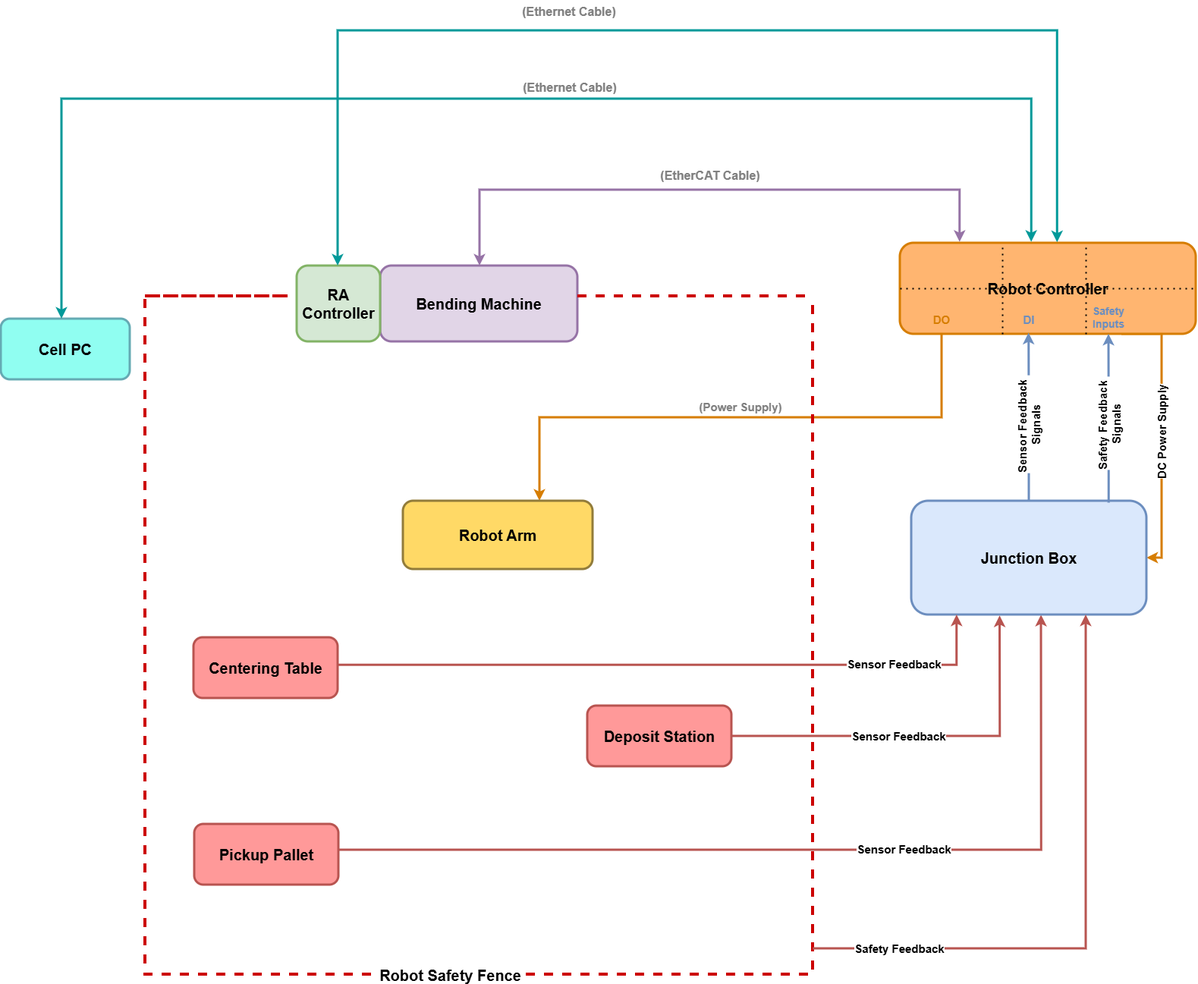
Above: fluxrobot2html/systemoverview/img/robotarchitecture.png in TMMDoc/Proofread (draw.io), before the change. Source tidied: cells renumbered, new cells last; positions are measured from the earlier drawing's top-left corner, leaving out a move shared by most shapes.
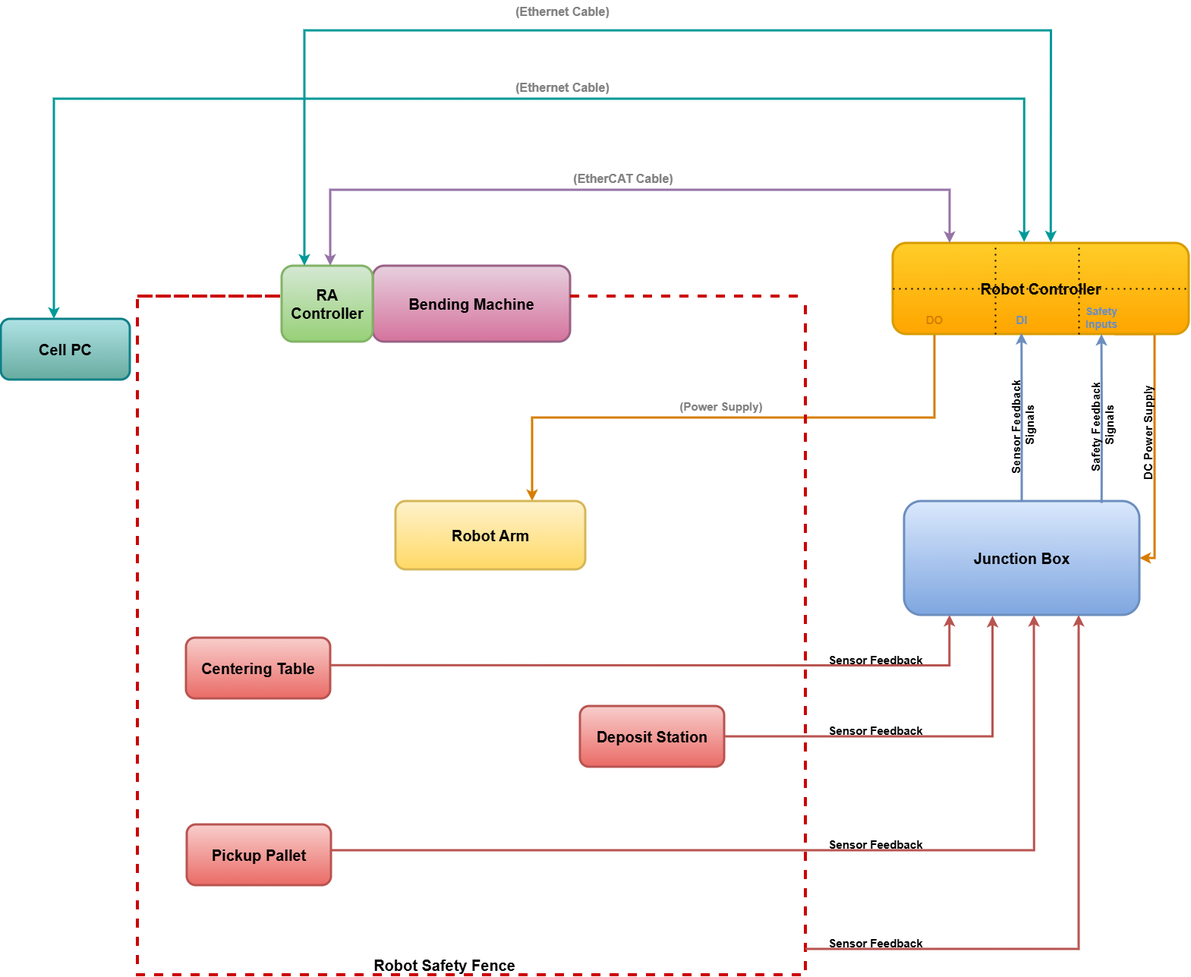
Above is the later version.

The edit, as a diff of the source:
```diff
@@ -12,7 +12,7 @@
         </Array>
       </mxGeometry>
     </mxCell>
-    <mxCell id="3" value="&lt;font style=&quot;font-size: 20px;&quot;&gt;&lt;b style=&quot;&quot;&gt;Robot Arm&lt;/b&gt;&lt;/font&gt;" style="rounded=1;whiteSpace=wrap;html=1;fillColor=light-dark(#FFD966,#9D4545);strokeColor=light-dark(#927C3A,#996500);gradientColor=none;strokeWidth=3;" parent="1" vertex="1">
+    <mxCell id="3" value="&lt;font style=&quot;font-size: 20px;&quot;&gt;&lt;b style=&quot;&quot;&gt;Robot Arm&lt;/b&gt;&lt;/font&gt;" style="rounded=1;whiteSpace=wrap;html=1;fillColor=#fff2cc;strokeColor=#d6b656;gradientColor=#ffd966;strokeWidth=3;" parent="1" vertex="1">
       <mxGeometry x="530" y="660" width="250" height="90" as="geometry" />
     </mxCell>
     <mxCell id="4" style="edgeStyle=orthogonalEdgeStyle;rounded=0;jettySize=auto;html=1;exitX=0.75;exitY=1;exitDx=0;exitDy=0;entryX=1;entryY=0.5;entryDx=0;entryDy=0;strokeColor=#D67D00;strokeWidth=3;" parent="1" edge="1" source="6" target="14">
@@ -23,15 +23,15 @@
         </Array>
       </mxGeometry>
     </mxCell>
-    <mxCell id="5" value="&lt;font style=&quot;font-size: 15px;&quot;&gt;&lt;b style=&quot;&quot;&gt;DC Power Supply&lt;/b&gt;&lt;/font&gt;" style="edgeLabel;html=1;align=center;verticalAlign=middle;rotation=-90;" parent="4" vertex="1">
+    <mxCell id="5" value="&lt;font style=&quot;font-size: 15px;&quot;&gt;&lt;b style=&quot;&quot;&gt;DC Power Supply&lt;/b&gt;&lt;/font&gt;" style="edgeLabel;html=1;align=center;verticalAlign=middle;rotation=-90;labelBackgroundColor=none;" parent="4" vertex="1">
       <mxGeometry x="0.06" y="-1" relative="1" as="geometry">
-        <mxPoint y="-11" as="offset" />
+        <mxPoint x="-10" y="-11" as="offset" />
       </mxGeometry>
     </mxCell>
-    <mxCell id="6" value="&lt;font style=&quot;font-size: 20px;&quot;&gt;&lt;b style=&quot;&quot;&gt;Robot Controller&lt;/b&gt;&lt;/font&gt;" style="rounded=1;whiteSpace=wrap;html=1;fillColor=#FFB570;strokeColor=light-dark(#d67d00, #996500);gradientColor=none;strokeWidth=3;" parent="1" vertex="1">
+    <mxCell id="6" value="&lt;font style=&quot;font-size: 20px;&quot;&gt;&lt;b style=&quot;&quot;&gt;Robot Controller&lt;/b&gt;&lt;/font&gt;" style="rounded=1;whiteSpace=wrap;html=1;fillColor=#ffcd28;strokeColor=#d79b00;strokeWidth=3;gradientColor=#ffa500;" parent="1" vertex="1">
       <mxGeometry x="1185" y="320" width="390" height="120" as="geometry" />
     </mxCell>
-    <mxCell id="7" value="&lt;font style=&quot;font-size: 20px;&quot;&gt;&lt;b style=&quot;&quot;&gt;Centering Table&lt;/b&gt;&lt;/font&gt;" style="rounded=1;whiteSpace=wrap;html=1;fillColor=#FF9999;strokeColor=#b85450;strokeWidth=3;" parent="1" vertex="1">
+    <mxCell id="7" value="&lt;font style=&quot;font-size: 20px;&quot;&gt;&lt;b style=&quot;&quot;&gt;Centering Table&lt;/b&gt;&lt;/font&gt;" style="rounded=1;whiteSpace=wrap;html=1;fillColor=#f8cecc;strokeColor=#b85450;strokeWidth=3;gradientColor=#ea6b66;" parent="1" vertex="1">
       <mxGeometry x="254" y="840" width="190" height="80" as="geometry" />
     </mxCell>
     <mxCell id="8" style="edgeStyle=orthogonalEdgeStyle;rounded=0;jettySize=auto;html=1;exitX=1;exitY=0.5;exitDx=0;exitDy=0;entryX=0.552;entryY=1.002;entryDx=0;entryDy=0;entryPerimeter=0;strokeWidth=3;strokeColor=#B85450;" parent="1" edge="1" target="14">
@@ -39,22 +39,22 @@
         <mxPoint x="440" y="1120" as="sourcePoint" />
       </mxGeometry>
     </mxCell>
-    <mxCell id="9" value="&lt;b&gt;&lt;font style=&quot;font-size: 20px;&quot;&gt;Pickup Pallet&lt;/font&gt;&lt;/b&gt;" style="rounded=1;whiteSpace=wrap;html=1;fillColor=#FF9999;strokeColor=#b85450;strokeWidth=3;" parent="1" vertex="1">
+    <mxCell id="9" value="&lt;b&gt;&lt;font style=&quot;font-size: 20px;&quot;&gt;Pickup Pallet&lt;/font&gt;&lt;/b&gt;" style="rounded=1;whiteSpace=wrap;html=1;fillColor=#f8cecc;strokeColor=#b85450;strokeWidth=3;gradientColor=#ea6b66;" parent="1" vertex="1">
       <mxGeometry x="255" y="1086" width="190" height="80" as="geometry" />
     </mxCell>
-    <mxCell id="10" value="&lt;font style=&quot;font-size: 20px;&quot;&gt;&lt;b style=&quot;&quot;&gt;Deposit Station&lt;/b&gt;&lt;/font&gt;" style="rounded=1;whiteSpace=wrap;html=1;fillColor=#FF9999;strokeColor=#b85450;strokeWidth=3;" parent="1" vertex="1">
+    <mxCell id="10" value="&lt;font style=&quot;font-size: 20px;&quot;&gt;&lt;b style=&quot;&quot;&gt;Deposit Station&lt;/b&gt;&lt;/font&gt;" style="rounded=1;whiteSpace=wrap;html=1;fillColor=#f8cecc;strokeColor=#b85450;strokeWidth=3;gradientColor=#ea6b66;" parent="1" vertex="1">
       <mxGeometry x="773" y="930" width="190" height="80" as="geometry" />
     </mxCell>
-    <mxCell id="11" value="&lt;font style=&quot;font-size: 20px;&quot;&gt;&lt;b style=&quot;&quot;&gt;Bending Machine&lt;/b&gt;&lt;/font&gt;" style="rounded=1;whiteSpace=wrap;html=1;fillColor=#e1d5e7;strokeColor=#9673a6;strokeWidth=3;" parent="1" vertex="1">
+    <mxCell id="11" value="&lt;font style=&quot;font-size: 20px;&quot;&gt;&lt;b style=&quot;&quot;&gt;Bending Machine&lt;/b&gt;&lt;/font&gt;" style="rounded=1;whiteSpace=wrap;html=1;fillColor=#e6d0de;strokeColor=#996185;strokeWidth=3;gradientColor=#d5739d;" parent="1" vertex="1">
       <mxGeometry x="500" y="350" width="260" height="100" as="geometry" />
     </mxCell>
-    <mxCell id="12" value="&lt;font style=&quot;font-size: 20px;&quot;&gt;&lt;b style=&quot;&quot;&gt;Cell PC&lt;/b&gt;&lt;/font&gt;" style="rounded=1;whiteSpace=wrap;html=1;fillColor=#90FEF1;strokeColor=light-dark(#65aab3, #446e2c);strokeWidth=3;" parent="1" vertex="1">
-      <mxGeometry y="420" width="170" height="80" as="geometry" />
+    <mxCell id="12" value="&lt;font style=&quot;font-size: 20px;&quot;&gt;&lt;b style=&quot;&quot;&gt;Cell PC&lt;/b&gt;&lt;/font&gt;" style="rounded=1;whiteSpace=wrap;html=1;fillColor=#b0e3e6;strokeColor=#0e8088;strokeWidth=3;gradientColor=#67AB9F;" parent="1" vertex="1">
+      <mxGeometry x="10" y="420" width="170" height="80" as="geometry" />
     </mxCell>
-    <mxCell id="13" value="&lt;font style=&quot;font-size: 20px;&quot;&gt;&lt;b style=&quot;&quot;&gt;RA Controller&lt;/b&gt;&lt;/font&gt;" style="rounded=1;whiteSpace=wrap;html=1;fillColor=#d5e8d4;strokeColor=#82b366;strokeWidth=3;" parent="1" vertex="1">
-      <mxGeometry x="390" y="350" width="110" height="100" as="geometry" />
+    <mxCell id="13" value="&lt;font style=&quot;font-size: 20px;&quot;&gt;&lt;b style=&quot;&quot;&gt;RA Controller&lt;/b&gt;&lt;/font&gt;" style="rounded=1;whiteSpace=wrap;html=1;fillColor=#d5e8d4;strokeColor=#82b366;strokeWidth=3;gradientColor=#97d077;" parent="1" vertex="1">
+      <mxGeometry x="380" y="350" width="120" height="100" as="geometry" />
     </mxCell>
-    <mxCell id="14" value="&lt;font style=&quot;font-size: 20px;&quot;&gt;&lt;b style=&quot;&quot;&gt;Junction Box&lt;/b&gt;&lt;/font&gt;" style="rounded=1;whiteSpace=wrap;html=1;fillColor=#dae8fc;strokeColor=#6c8ebf;strokeWidth=3;" parent="1" vertex="1">
+    <mxCell id="14" value="&lt;font style=&quot;font-size: 20px;&quot;&gt;&lt;b style=&quot;&quot;&gt;Junction Box&lt;/b&gt;&lt;/font&gt;" style="rounded=1;whiteSpace=wrap;html=1;fillColor=#dae8fc;strokeColor=#6c8ebf;strokeWidth=3;gradientColor=#7ea6e0;" parent="1" vertex="1">
       <mxGeometry x="1200" y="660" width="310" height="150" as="geometry" />
     </mxCell>
     <mxCell id="15" style="endArrow=none;dashed=1;html=1;strokeWidth=4;rounded=0;fillColor=#f8cecc;strokeColor=#CC0000;curved=0;startSize=12;endSize=12;" parent="1" edge="1">
@@ -70,9 +70,9 @@
         </Array>
       </mxGeometry>
     </mxCell>
-    <mxCell id="16" value="&lt;font style=&quot;font-size: 20px;&quot;&gt;&lt;b style=&quot;&quot;&gt;Robot Safety Fence&lt;/b&gt;&lt;/font&gt;" style="edgeLabel;html=1;align=center;verticalAlign=middle;" parent="15" vertex="1">
+    <mxCell id="16" value="&lt;font style=&quot;font-size: 20px;&quot;&gt;&lt;b style=&quot;&quot;&gt;Robot Safety Fence&lt;/b&gt;&lt;/font&gt;" style="edgeLabel;html=1;align=center;verticalAlign=middle;labelBackgroundColor=none;" parent="15" vertex="1">
       <mxGeometry x="0.31" y="2" relative="1" as="geometry">
-        <mxPoint x="-323" y="2" as="offset" />
+        <mxPoint x="-321" y="-12" as="offset" />
       </mxGeometry>
     </mxCell>
     <mxCell id="17" style="endArrow=none;dashed=1;html=1;dashPattern=1 3;strokeWidth=2;rounded=0;exitX=0;exitY=0.5;exitDx=0;exitDy=0;entryX=1;entryY=0.5;entryDx=0;entryDy=0;elbow=vertical;" parent="1" edge="1" source="6" target="6">
@@ -108,26 +108,22 @@
     <mxCell id="22" style="edgeStyle=orthogonalEdgeStyle;rounded=0;jettySize=auto;html=1;entryX=0.376;entryY=1.008;entryDx=0;entryDy=0;entryPerimeter=0;strokeColor=#B85450;strokeWidth=3;" parent="1" edge="1" source="10" target="14">
       <mxGeometry relative="1" as="geometry" />
     </mxCell>
-    <mxCell id="23" value="&lt;span style=&quot;font-size: 15px;&quot;&gt;&lt;b&gt;Sensor Feedback&lt;/b&gt;&lt;/span&gt;" style="edgeLabel;html=1;align=center;verticalAlign=middle;" parent="1" vertex="1">
-      <mxGeometry x="1191" y="970" as="geometry">
-        <mxPoint x="-9" y="-1" as="offset" />
-      </mxGeometry>
-    </mxCell>
-    <mxCell id="24" style="edgeStyle=orthogonalEdgeStyle;rounded=0;jettySize=auto;html=1;entryX=0.202;entryY=-0.011;entryDx=0;entryDy=0;entryPerimeter=0;strokeWidth=3;strokeColor=#9673A6;startArrow=classic;startFill=1;" parent="1" edge="1" source="11" target="6">
+    <mxCell id="24" style="edgeStyle=orthogonalEdgeStyle;rounded=0;orthogonalLoop=1;jettySize=auto;html=1;strokeWidth=3;strokeColor=#9673A6;startArrow=classic;startFill=1;" parent="1" edge="1">
       <mxGeometry relative="1" as="geometry">
+        <mxPoint x="444" y="350" as="sourcePoint" />
+        <mxPoint x="1260" y="320" as="targetPoint" />
         <Array as="points">
-          <mxPoint x="631" y="250" />
-          <mxPoint x="1264" y="250" />
+          <mxPoint x="444" y="250" />
+          <mxPoint x="1260" y="250" />
+          <mxPoint x="1260" y="320" />
         </Array>
       </mxGeometry>
     </mxCell>
-    <mxCell id="25" style="edgeStyle=orthogonalEdgeStyle;rounded=0;orthogonalLoop=1;jettySize=auto;html=1;entryX=0.534;entryY=-0.006;entryDx=0;entryDy=0;entryPerimeter=0;strokeColor=#009999;strokeWidth=3;startArrow=classic;startFill=1;" parent="1" edge="1">
+    <mxCell id="25" style="edgeStyle=orthogonalEdgeStyle;rounded=0;jettySize=auto;html=1;entryX=0.534;entryY=-0.006;entryDx=0;entryDy=0;entryPerimeter=0;strokeColor=#009999;strokeWidth=3;startArrow=classic;startFill=1;" parent="1" edge="1" source="13" target="6">
       <mxGeometry relative="1" as="geometry">
-        <mxPoint x="444" y="350" as="sourcePoint" />
-        <mxPoint x="1392.3" y="319.3" as="targetPoint" />
         <Array as="points">
-          <mxPoint x="444" y="40" />
-          <mxPoint x="1392" y="40" />
+          <mxPoint x="410" y="40" />
+          <mxPoint x="1393" y="40" />
         </Array>
       </mxGeometry>
     </mxCell>
@@ -135,7 +131,7 @@
       <mxGeometry x="660" y="100" width="180" height="30" as="geometry" />
     </mxCell>
     <mxCell id="27" value="&lt;b&gt;&lt;font style=&quot;font-size: 16px; color: rgb(128, 128, 128);&quot;&gt;(Ethernet Cable)&lt;/font&gt;&lt;/b&gt;" style="text;html=1;whiteSpace=wrap;strokeColor=none;fillColor=none;align=center;verticalAlign=middle;rounded=0;" parent="1" vertex="1">
-      <mxGeometry x="624" width="250" height="30" as="geometry" />
+      <mxGeometry x="660" width="180" height="30" as="geometry" />
     </mxCell>
     <mxCell id="28" style="edgeStyle=orthogonalEdgeStyle;rounded=0;orthogonalLoop=1;jettySize=auto;html=1;entryX=0.435;entryY=0.98;entryDx=0;entryDy=0;entryPerimeter=0;strokeColor=light-dark(#6C8EBF,#996500);strokeWidth=3;" parent="1" edge="1">
       <mxGeometry relative="1" as="geometry">
@@ -143,29 +139,14 @@
         <mxPoint x="1354.7" y="438.6" as="targetPoint" />
       </mxGeometry>
     </mxCell>
-    <mxCell id="29" value="&lt;span style=&quot;font-size: 15px;&quot;&gt;&lt;b&gt;Sensor Feedback&amp;nbsp;&lt;/b&gt;&lt;/span&gt;&lt;div&gt;&lt;span style=&quot;font-size: 15px;&quot;&gt;&lt;b&gt;Signals&lt;/b&gt;&lt;/span&gt;&lt;/div&gt;" style="edgeLabel;html=1;align=center;verticalAlign=middle;rotation=-90;" parent="28" vertex="1">
+    <mxCell id="29" value="&lt;span style=&quot;font-size: 15px;&quot;&gt;&lt;b&gt;Sensor Feedback&amp;nbsp;&lt;/b&gt;&lt;/span&gt;&lt;div&gt;&lt;span style=&quot;font-size: 15px;&quot;&gt;&lt;b&gt;Signals&lt;/b&gt;&lt;/span&gt;&lt;/div&gt;" style="edgeLabel;html=1;align=center;verticalAlign=middle;rotation=-90;labelBackgroundColor=none;" parent="28" vertex="1">
       <mxGeometry x="0.01" y="3" relative="1" as="geometry">
         <mxPoint x="3" y="12" as="offset" />
       </mxGeometry>
     </mxCell>
     <mxCell id="30" value="&lt;font style=&quot;font-size: 15px; color: rgb(128, 128, 128);&quot;&gt;&lt;b style=&quot;&quot;&gt;(Power Supply)&lt;/b&gt;&lt;/font&gt;" style="text;html=1;whiteSpace=wrap;strokeColor=none;fillColor=none;align=center;verticalAlign=middle;rounded=0;" parent="1" vertex="1">
-      <mxGeometry x="910" y="521" width="130" height="30" as="geometry" />
+      <mxGeometry x="894" y="520" width="130" height="30" as="geometry" />
     </mxCell>
-    <mxCell id="31" value="&lt;span style=&quot;font-size: 15px;&quot;&gt;&lt;b&gt;Safety Feedback&lt;/b&gt;&lt;/span&gt;" style="edgeLabel;html=1;align=center;verticalAlign=middle;" parent="1" vertex="1">
-      <mxGeometry x="1198" y="960" as="geometry">
-        <mxPoint x="-15" y="289" as="offset" />
-      </mxGeometry>
-    </mxCell>
-    <mxCell id="32" value="&lt;span style=&quot;font-size: 15px;&quot;&gt;&lt;b&gt;Sensor Feedback&lt;/b&gt;&lt;/span&gt;" style="edgeLabel;html=1;align=center;verticalAlign=middle;" parent="1" vertex="1">
-      <mxGeometry x="1185" y="875" as="geometry">
-        <mxPoint x="-9" y="-1" as="offset" />
-      </mxGeometry>
-    </mxCell>
-    <mxCell id="33" value="&lt;span style=&quot;font-size: 15px;&quot;&gt;&lt;b&gt;Sensor Feedback&lt;/b&gt;&lt;/span&gt;" style="edgeLabel;html=1;align=center;verticalAlign=middle;" parent="1" vertex="1">
-      <mxGeometry x="1189" y="971" as="geometry">
-        <mxPoint y="147" as="offset" />
-      </mxGeometry>
-    </mxCell>
     <mxCell id="34" style="edgeStyle=orthogonalEdgeStyle;rounded=0;jettySize=auto;html=1;entryX=0.444;entryY=-0.01;entryDx=0;entryDy=0;entryPerimeter=0;strokeColor=#009999;strokeWidth=3;startArrow=classic;startFill=1;" parent="1" edge="1" source="12" target="6">
       <mxGeometry relative="1" as="geometry">
         <Array as="points">
@@ -189,7 +170,7 @@
         <mxPoint x="1460" y="440" as="targetPoint" />
       </mxGeometry>
     </mxCell>
-    <mxCell id="38" value="&lt;span style=&quot;font-size: 15px;&quot;&gt;&lt;b&gt;Safety Feedback&amp;nbsp;&lt;/b&gt;&lt;/span&gt;&lt;div&gt;&lt;span style=&quot;font-size: 15px;&quot;&gt;&lt;b&gt;Signals&lt;/b&gt;&lt;/span&gt;&lt;/div&gt;" style="edgeLabel;html=1;align=center;verticalAlign=middle;rotation=270;" parent="37" vertex="1">
+    <mxCell id="38" value="&lt;span style=&quot;font-size: 15px;&quot;&gt;&lt;b&gt;Safety Feedback&amp;nbsp;&lt;/b&gt;&lt;/span&gt;&lt;div&gt;&lt;span style=&quot;font-size: 15px;&quot;&gt;&lt;b&gt;Signals&lt;/b&gt;&lt;/span&gt;&lt;/div&gt;" style="edgeLabel;html=1;align=center;verticalAlign=middle;rotation=270;labelBackgroundColor=none;" parent="37" vertex="1">
       <mxGeometry x="0.01" y="3" relative="1" as="geometry">
         <mxPoint x="3" y="10" as="offset" />
       </mxGeometry>
@@ -201,7 +182,21 @@
       <mxGeometry x="1325" y="406.2" width="60" height="30" as="geometry" />
     </mxCell>
     <mxCell id="41" value="&lt;b&gt;&lt;font style=&quot;font-size: 16px; color: rgb(128, 128, 128);&quot;&gt;(EtherCAT Cable)&lt;/font&gt;&lt;/b&gt;" style="text;html=1;whiteSpace=wrap;strokeColor=none;fillColor=none;align=center;verticalAlign=middle;rounded=0;" parent="1" vertex="1">
-      <mxGeometry x="810" y="216" width="250" height="30" as="geometry" />
+      <mxGeometry x="740" y="220" width="180" height="30" as="geometry" />
     </mxCell>
+    <mxCell id="42" value="&lt;span style=&quot;font-size: 15px;&quot;&gt;&lt;b&gt;Sensor Feedback&amp;nbsp;&lt;/b&gt;&lt;/span&gt;" style="edgeLabel;html=1;align=center;verticalAlign=middle;rotation=0;labelBackgroundColor=none;" parent="1" vertex="1">
+      <mxGeometry x="1163" y="868" as="geometry" />
+    </mxCell>
+    <mxCell id="43" value="&lt;span style=&quot;font-size: 15px;&quot;&gt;&lt;b&gt;Sensor Feedback&amp;nbsp;&lt;/b&gt;&lt;/span&gt;" style="edgeLabel;html=1;align=center;verticalAlign=middle;rotation=0;labelBackgroundColor=none;" parent="1" vertex="1">
+      <mxGeometry x="1163" y="1241" as="geometry" />
+    </mxCell>
+    <mxCell id="44" value="&lt;span style=&quot;font-size: 15px;&quot;&gt;&lt;b&gt;Sensor Feedback&amp;nbsp;&lt;/b&gt;&lt;/span&gt;" style="edgeLabel;html=1;align=center;verticalAlign=middle;rotation=0;labelBackgroundColor=none;" parent="1" vertex="1">
+      <mxGeometry x="1163" y="1111" as="geometry" />
+    </mxCell>
+    <mxCell id="45" value="&lt;span style=&quot;font-size: 15px;&quot;&gt;&lt;b&gt;Sensor Feedback&amp;nbsp;&lt;/b&gt;&lt;/span&gt;" style="edgeLabel;html=1;align=center;verticalAlign=middle;rotation=0;labelBackgroundColor=none;" parent="1" vertex="1">
+      <mxGeometry x="1168" y="860" as="geometry">
+        <mxPoint x="-5" y="101" as="offset" />
+      </mxGeometry>
+    </mxCell>
   </root>
 </mxGraphModel>
```
